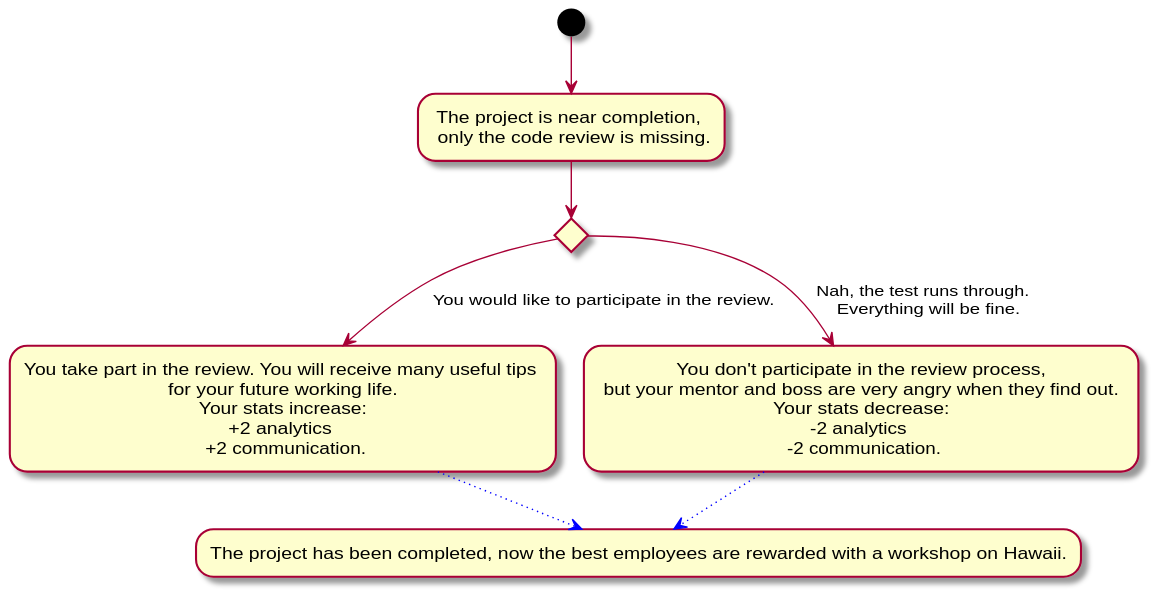
The PlantUML diagram Docs/Technical Specifications/docs/diagrams/StoryFlow/StoryFlow_Decision_14.svg in Brotenko/QualityQuest, before a commit.
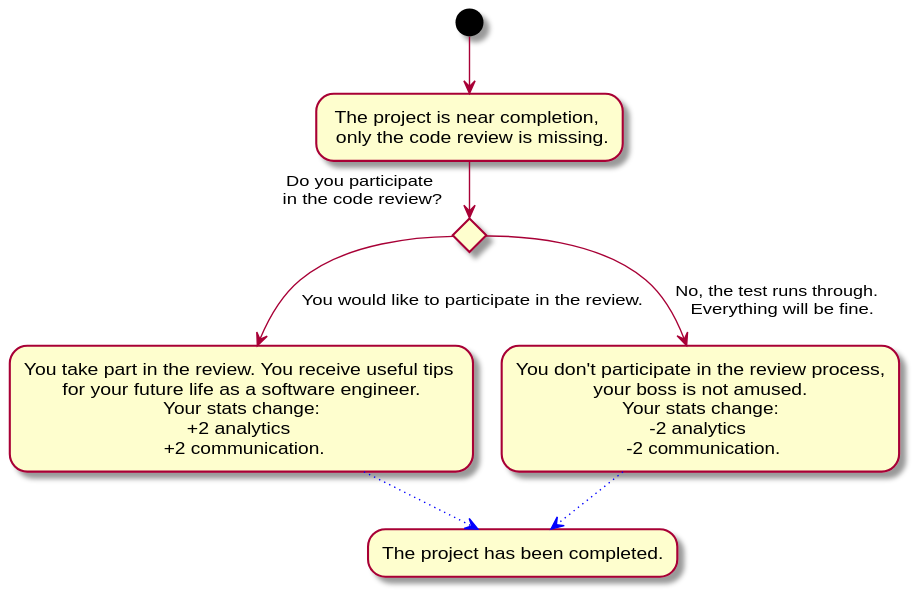
After the change.

What changed in the source:
```diff
@@ -1,9 +1,9 @@
 @startuml
 (*) --> "The project is near completion, \n only the code review is missing." as ende
-if "" then
---> [You would like to participate in the review.] "You take part in the review. You will receive many useful tips \n for your future working life. \n Your stats increase: \n+2 analytics \n +2 communication." as good
+if "Do you participate\n in the code review?" then
+--> [You would like to participate in the review.] "You take part in the review. You receive useful tips \n for your future life as a software engineer. \n Your stats change: \n+2 analytics \n +2 communication." as good
 else
---> [Nah, the test runs through. \n Everything will be fine.] "You don't participate in the review process,\n but your mentor and boss are very angry when they find out. \n Your stats decrease: \n-2 analytics \n -2 communication."
--[#blue,dotted]-> "The project has been completed, now the best employees are rewarded with a workshop on Hawaii." as shop
+--> [No, the test runs through. \n Everything will be fine.] "You don't participate in the review process,\n your boss is not amused. \n Your stats change: \n-2 analytics \n -2 communication."
+-[#blue,dotted]-> "The project has been completed." as shop
 good -[#blue,dotted]-> shop
 @enduml
```
